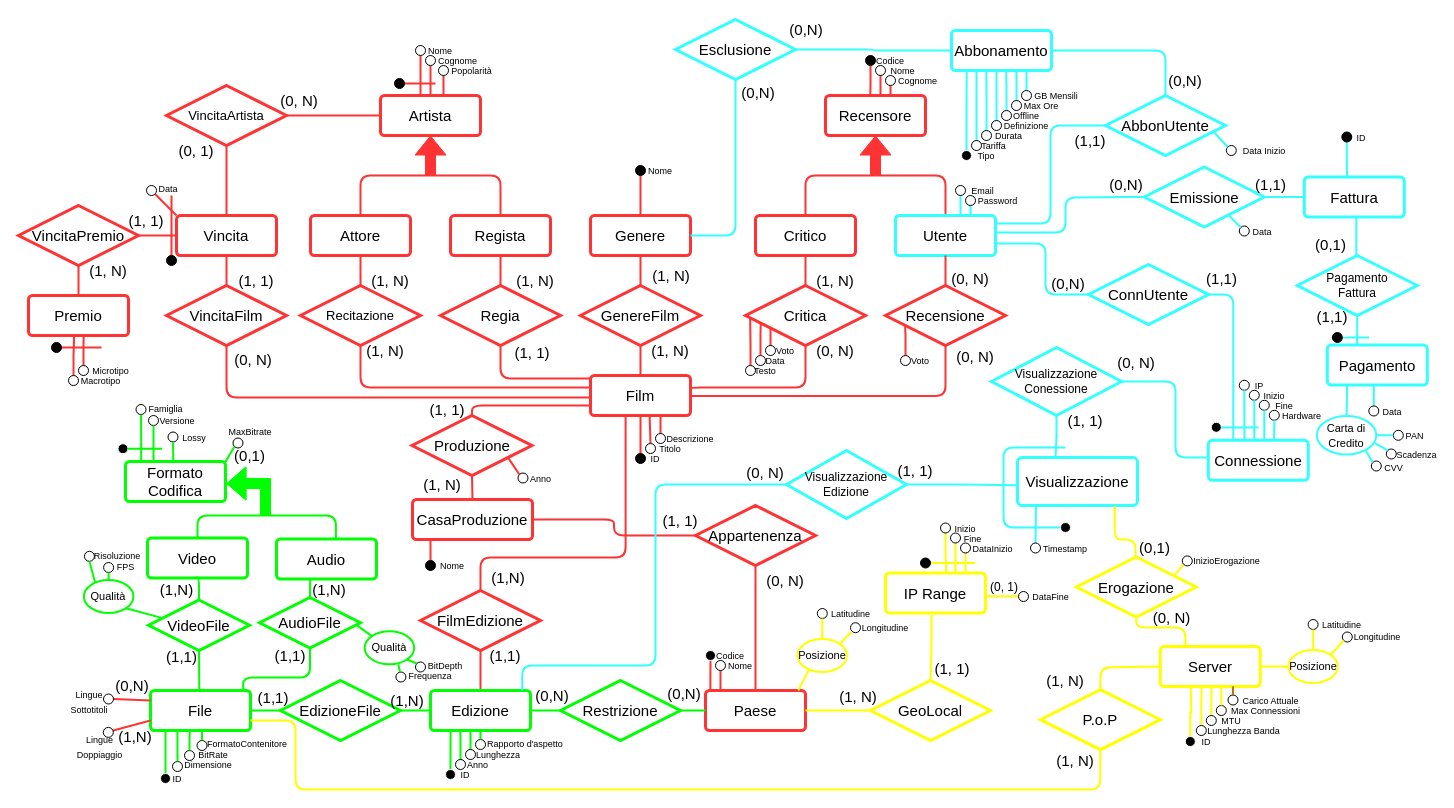
The draw.io diagram page "ER - da ristrutturare" (1 of 2) of ER.drawio in Richie314/FilmSphere, before the edit. Source tidied: cells renumbered, new cells numbered last; positions are measured from the earlier drawing's top-left corner, leaving out a move shared by most shapes. Both pictures are drawn from the tidied source at 100%, with x=0, y=0 at pixel (18, 17).
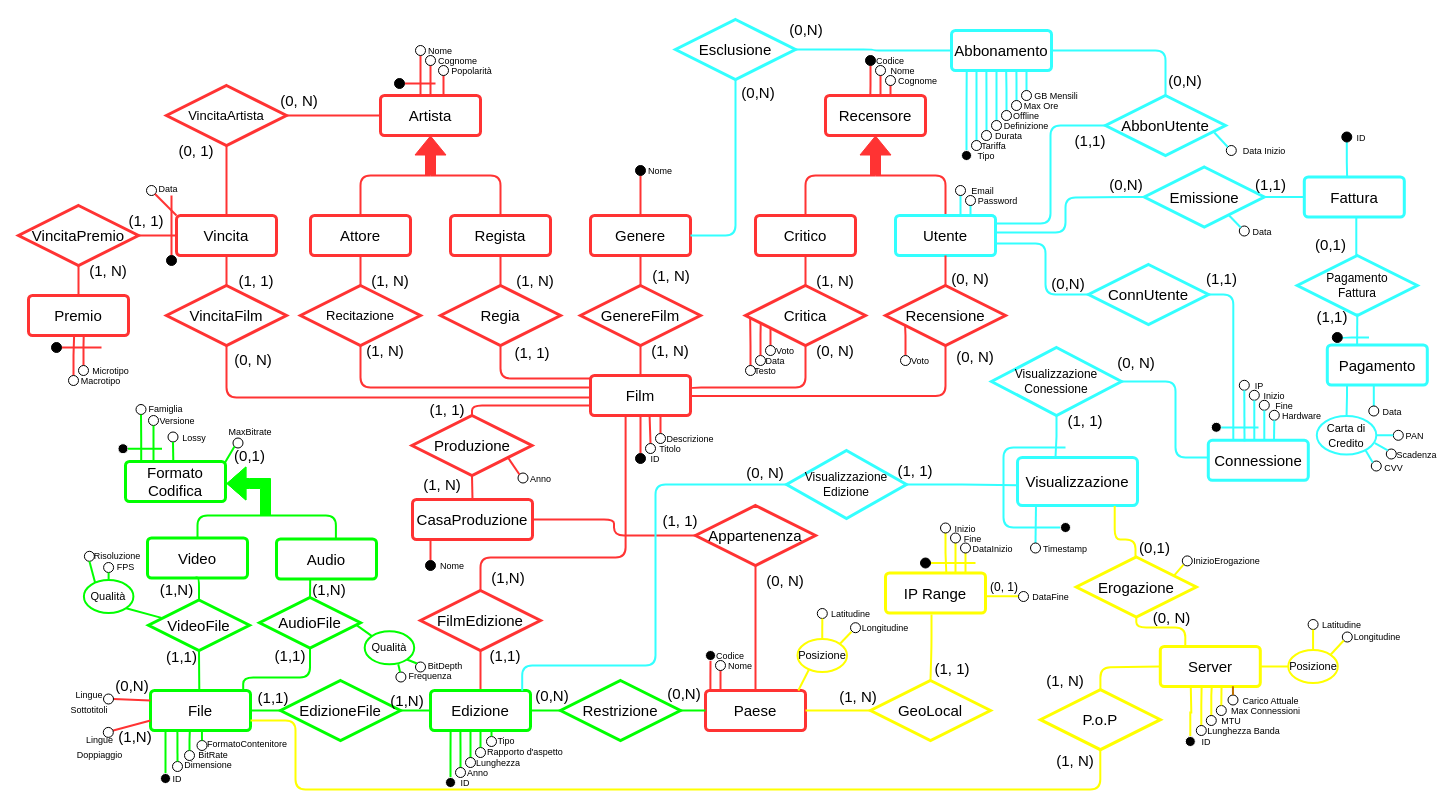
The same page after the edit.

The change refers to these unchanged cells:
```xml
<mxCell id="33" value="&lt;font style=&quot;font-size: 15px;&quot;&gt;Edizione&lt;/font&gt;" style="rounded=1;arcSize=10;whiteSpace=wrap;html=1;align=center;strokeColor=#00FF00;strokeWidth=3;" parent="1" vertex="1">
  <mxGeometry x="412" y="673" width="100" height="40" as="geometry" />
</mxCell>
```

What changed in the source:
```diff
@@
     <mxCell id="187" style="ellipse;whiteSpace=wrap;html=1;fillColor=#000000;strokeColor=#FFFFFF;" parent="1" vertex="1">
-      <mxGeometry x="427" y="752" width="10" height="10" as="geometry" />
+      <mxGeometry x="427" y="760" width="10" height="10" as="geometry" />
     </mxCell>
@@
     <mxCell id="189" style="ellipse;whiteSpace=wrap;html=1;fillColor=#FFFFFF;strokeColor=#000000;" parent="1" vertex="1">
-      <mxGeometry x="437" y="742" width="10" height="10" as="geometry" />
+      <mxGeometry x="437" y="750" width="10" height="10" as="geometry" />
     </mxCell>
@@
     <mxCell id="191" style="ellipse;whiteSpace=wrap;html=1;fillColor=#FFFFFF;strokeColor=#000000;" parent="1" vertex="1">
-      <mxGeometry x="447" y="732" width="10" height="10" as="geometry" />
+      <mxGeometry x="447" y="740" width="10" height="10" as="geometry" />
     </mxCell>
     <mxCell id="192" style="ellipse;whiteSpace=wrap;html=1;fillColor=#FFFFFF;strokeColor=#000000;" parent="1" vertex="1">
-      <mxGeometry x="457" y="722" width="10" height="10" as="geometry" />
+      <mxGeometry x="457" y="730" width="10" height="10" as="geometry" />
     </mxCell>
     <mxCell id="193" value="&lt;font style=&quot;font-size: 9px;&quot;&gt;ID&lt;br&gt;&lt;/font&gt;" style="text;html=1;strokeColor=none;fillColor=none;align=center;verticalAlign=middle;whiteSpace=wrap;rounded=0;" parent="1" vertex="1">
-      <mxGeometry x="437" y="752" width="20" height="10" as="geometry" />
+      <mxGeometry x="437" y="760" width="20" height="10" as="geometry" />
     </mxCell>
     <mxCell id="194" value="&lt;font style=&quot;font-size: 9px;&quot;&gt;Anno&lt;br&gt;&lt;/font&gt;" style="text;html=1;strokeColor=none;fillColor=none;align=center;verticalAlign=middle;whiteSpace=wrap;rounded=0;" parent="1" vertex="1">
-      <mxGeometry x="447" y="742" width="25" height="10" as="geometry" />
+      <mxGeometry x="447" y="750" width="25" height="10" as="geometry" />
     </mxCell>
     <mxCell id="195" value="&lt;font style=&quot;font-size: 9px;&quot;&gt;Lunghezza&lt;br&gt;&lt;/font&gt;" style="text;html=1;strokeColor=none;fillColor=none;align=center;verticalAlign=middle;whiteSpace=wrap;rounded=0;" parent="1" vertex="1">
-      <mxGeometry x="457" y="732" width="46" height="10" as="geometry" />
+      <mxGeometry x="457" y="740" width="46" height="10" as="geometry" />
     </mxCell>
@@
     <mxCell id="348" value="&lt;font style=&quot;font-size: 9px;&quot;&gt;Rapporto d'aspetto&lt;br&gt;&lt;/font&gt;" style="text;html=1;strokeColor=none;fillColor=none;align=center;verticalAlign=middle;whiteSpace=wrap;rounded=0;" parent="1" vertex="1">
-      <mxGeometry x="467.5" y="719" width="77.5" height="14" as="geometry" />
+      <mxGeometry x="467.5" y="727" width="77.5" height="14" as="geometry" />
     </mxCell>
@@
+    <mxCell id="412" style="ellipse;whiteSpace=wrap;html=1;fillColor=#FFFFFF;strokeColor=#000000;" parent="1" vertex="1">
+      <mxGeometry x="468" y="719" width="10" height="10" as="geometry" />
+    </mxCell>
+    <mxCell id="413" value="&lt;font style=&quot;font-size: 9px;&quot;&gt;Tipo&lt;br&gt;&lt;/font&gt;" style="text;html=1;strokeColor=none;fillColor=none;align=center;verticalAlign=middle;whiteSpace=wrap;rounded=0;" parent="1" vertex="1">
+      <mxGeometry x="478" y="716" width="20" height="14" as="geometry" />
+    </mxCell>
+    <mxCell id="414" style="edgeStyle=orthogonalEdgeStyle;shape=connector;rounded=0;jettySize=auto;html=1;entryX=0.5;entryY=0;entryDx=0;entryDy=0;labelBackgroundColor=default;strokeColor=#00FF00;strokeWidth=2;fontFamily=Helvetica;fontSize=11;fontColor=default;endArrow=none;endFill=0;exitX=0.61;exitY=1;exitDx=0;exitDy=0;exitPerimeter=0;" parent="1" edge="1" source="33" target="412">
+      <mxGeometry relative="1" as="geometry" />
+    </mxCell>
```
